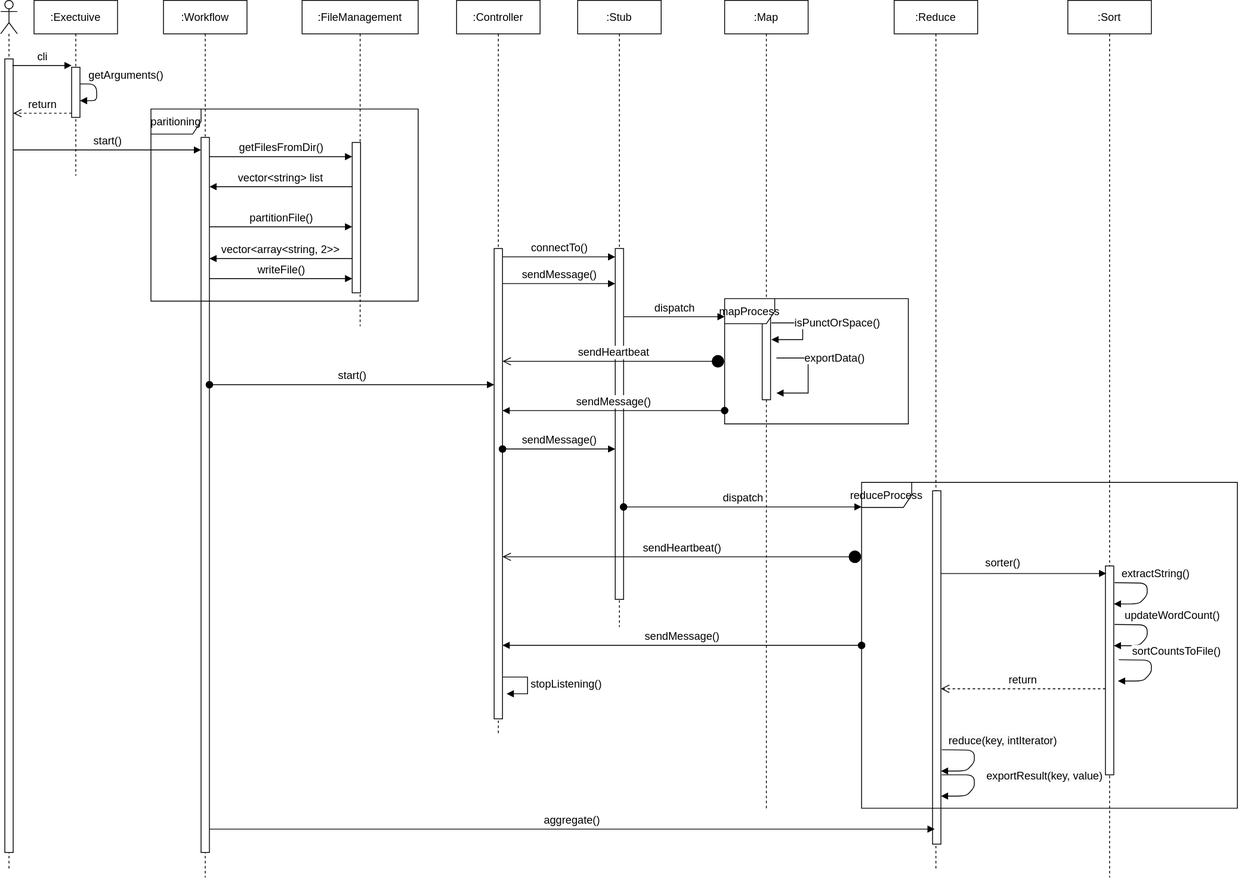
This is docs/sequence.drawio.svg from saie100/ood_map_reduce, a draw.io export, as it was before one commit. Source tidied: cells renumbered, new cells last; positions are measured from the earlier drawing's top-left corner, leaving out a move shared by most shapes.
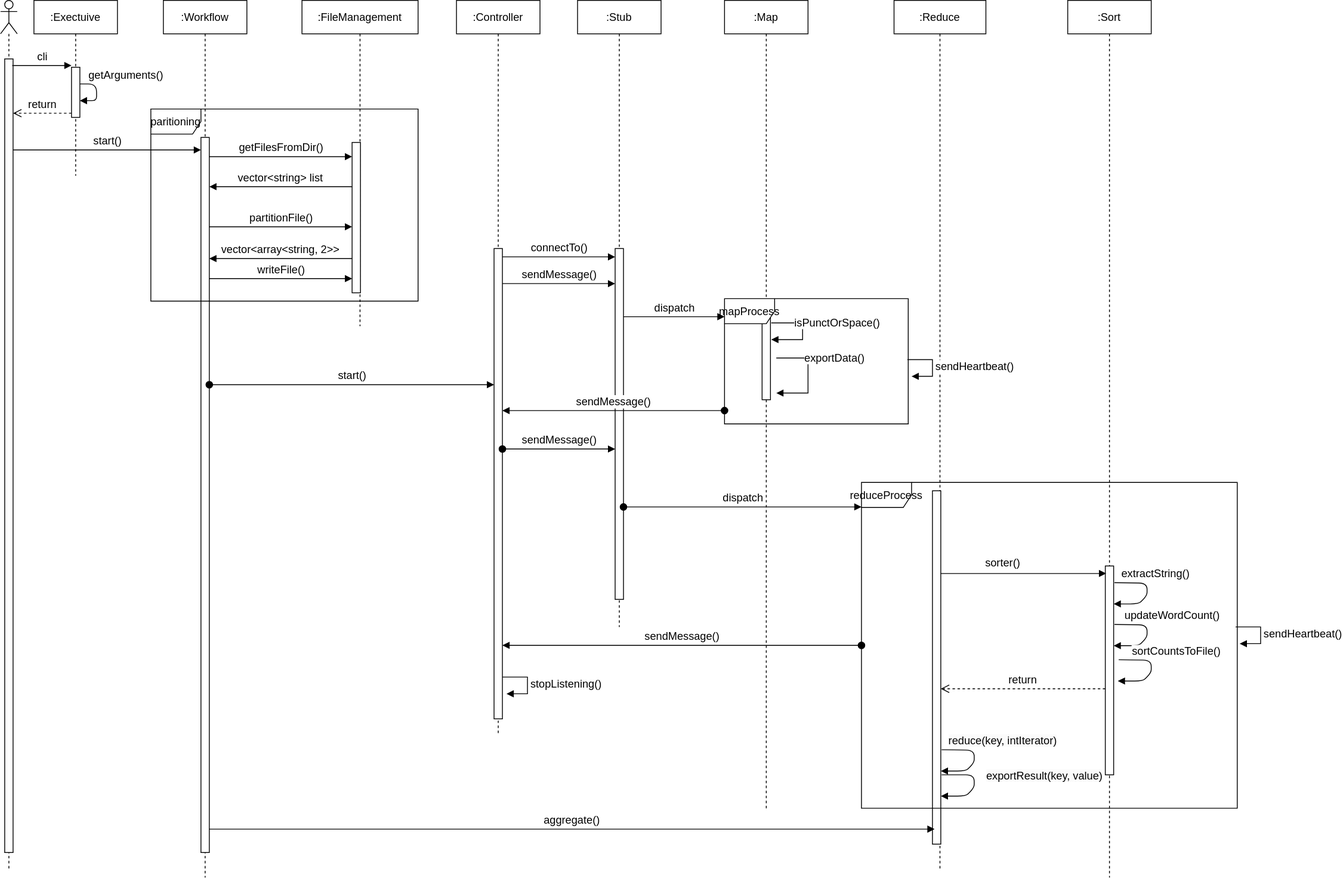
After the commit.

Diff of the diagram source:
```diff
@@ -110,7 +110,7 @@
       </mxGeometry>
     </mxCell>
     <mxCell id="23" value=":Reduce" style="shape=umlLifeline;perimeter=lifelinePerimeter;whiteSpace=wrap;html=1;fontSize=13;fontStyle=0;" parent="1" vertex="1">
-      <mxGeometry x="1070" width="100" height="1040" as="geometry" />
+      <mxGeometry x="1070" width="110" height="1040" as="geometry" />
     </mxCell>
     <mxCell id="24" style="html=1;points=[];perimeter=orthogonalPerimeter;fontSize=13;fontStyle=0;" parent="23" vertex="1">
       <mxGeometry x="46" y="587" width="10" height="423" as="geometry" />
@@ -137,6 +137,15 @@
         </Array>
       </mxGeometry>
     </mxCell>
+    <mxCell id="53" value="sendHeartbeat()" style="edgeStyle=orthogonalEdgeStyle;html=1;align=left;spacingLeft=2;endArrow=block;rounded=0;entryX=1;entryY=0;fontSize=13;" parent="23" edge="1">
+      <mxGeometry relative="1" as="geometry">
+        <mxPoint x="16" y="430" as="sourcePoint" />
+        <mxPoint x="21" y="450" as="targetPoint" />
+        <Array as="points">
+          <mxPoint x="46" y="430" />
+        </Array>
+      </mxGeometry>
+    </mxCell>
     <mxCell id="27" value="return" style="html=1;verticalAlign=bottom;endArrow=open;dashed=1;endSize=8;fontSize=13;fontStyle=0;" parent="1" edge="1">
       <mxGeometry relative="1" as="geometry">
         <mxPoint x="85" y="135" as="sourcePoint" />
@@ -227,9 +236,6 @@
         <mxPoint x="867" y="378.6" as="targetPoint" />
       </mxGeometry>
     </mxCell>
-    <mxCell id="45" value="sendHeartbeat" style="html=1;verticalAlign=bottom;startArrow=circle;startFill=1;endArrow=open;startSize=6;endSize=8;fontSize=13;" parent="1" edge="1" source="35" target="38">
-      <mxGeometry relative="1" as="geometry" />
-    </mxCell>
     <mxCell id="46" value="sendMessage()" style="html=1;verticalAlign=bottom;startArrow=oval;startFill=1;endArrow=block;startSize=8;fontSize=13;" parent="1" edge="1">
       <mxGeometry relative="1" as="geometry">
         <mxPoint x="867" y="491" as="sourcePoint" />
@@ -254,11 +260,6 @@
         <mxPoint x="1031" y="606.3" as="targetPoint" />
       </mxGeometry>
     </mxCell>
-    <mxCell id="50" value="sendHeartbeat()" style="html=1;verticalAlign=bottom;startArrow=circle;startFill=1;endArrow=open;startSize=6;endSize=8;fontSize=13;" parent="1" edge="1" target="38">
-      <mxGeometry relative="1" as="geometry">
-        <mxPoint x="1031" y="666" as="sourcePoint" />
-      </mxGeometry>
-    </mxCell>
     <mxCell id="51" value="sendMessage()" style="html=1;verticalAlign=bottom;startArrow=oval;startFill=1;endArrow=block;startSize=8;fontSize=13;" parent="1" edge="1" source="36" target="38">
       <mxGeometry relative="1" as="geometry" />
     </mxCell>
@@ -268,5 +269,14 @@
         <mxPoint x="1118.5" y="992" as="targetPoint" />
       </mxGeometry>
     </mxCell>
+    <mxCell id="54" value="sendHeartbeat()" style="edgeStyle=orthogonalEdgeStyle;html=1;align=left;spacingLeft=2;endArrow=block;rounded=0;entryX=1;entryY=0;fontSize=13;" parent="1" edge="1">
+      <mxGeometry relative="1" as="geometry">
+        <mxPoint x="1479" y="750" as="sourcePoint" />
+        <mxPoint x="1484" y="770" as="targetPoint" />
+        <Array as="points">
+          <mxPoint x="1509" y="750" />
+        </Array>
+      </mxGeometry>
+    </mxCell>
   </root>
 </mxGraphModel>
```
